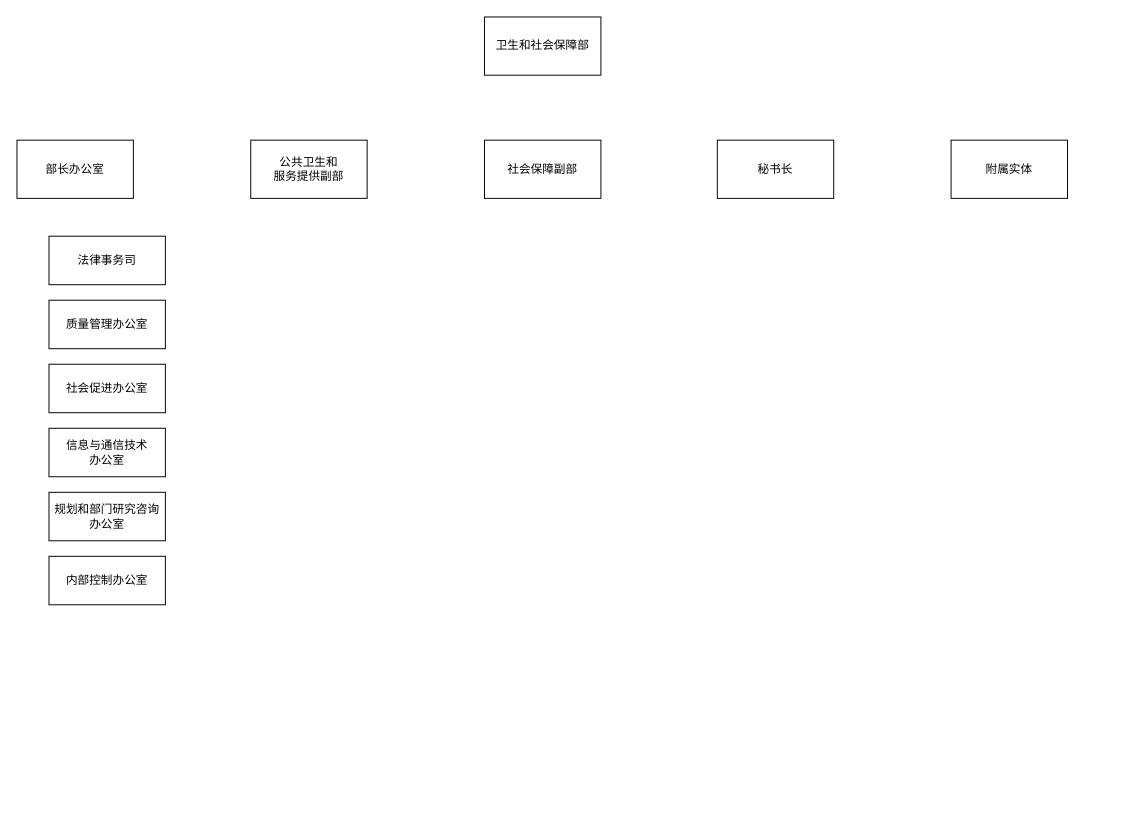
This is images/wsb.drawio from Seanxz401/draws, a draw.io file, before an edit. Source tidied: cells renumbered, new cells numbered last; positions are measured from the earlier drawing's top-left corner, leaving out a move shared by most shapes. Both pictures are drawn from the tidied source at 97%, with x=0, y=0 at pixel (16, 16).
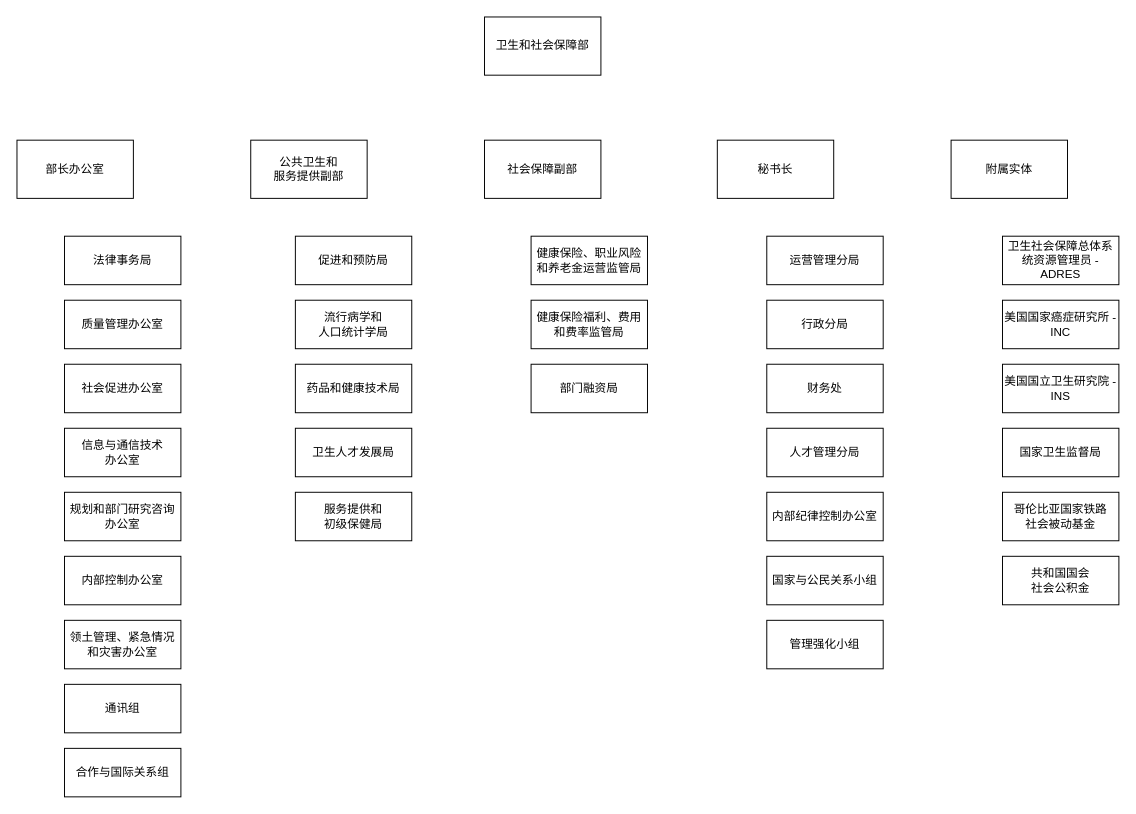
The same page after the edit.

Change to the diagram source:
```diff
@@
-    <mxCell id="8" value="法律事务司" style="rounded=0;whiteSpace=wrap;html=1;" parent="1" vertex="1">
-      <mxGeometry x="33" y="226" width="120" height="50" as="geometry" />
+    <mxCell id="8" value="法律事务局" style="rounded=0;whiteSpace=wrap;html=1;" parent="1" vertex="1">
+      <mxGeometry x="49" y="226" width="120" height="50" as="geometry" />
     </mxCell>
     <mxCell id="9" value="&lt;div&gt;质量管理办公室&lt;/div&gt;" style="rounded=0;whiteSpace=wrap;html=1;" parent="1" vertex="1">
-      <mxGeometry x="33" y="292" width="120" height="50" as="geometry" />
+      <mxGeometry x="49" y="292" width="120" height="50" as="geometry" />
     </mxCell>
     <mxCell id="10" value="&lt;div&gt;&lt;span style=&quot;background-color: initial;&quot;&gt;社会促进办公室&lt;/span&gt;&lt;/div&gt;&lt;div&gt;&lt;/div&gt;" style="rounded=0;whiteSpace=wrap;html=1;" parent="1" vertex="1">
-      <mxGeometry x="33" y="358" width="120" height="50" as="geometry" />
+      <mxGeometry x="49" y="358" width="120" height="50" as="geometry" />
     </mxCell>
     <mxCell id="11" value="&lt;div&gt;&lt;div&gt;&lt;span style=&quot;background-color: initial;&quot;&gt;信息与通信技术&lt;/span&gt;&lt;/div&gt;&lt;div&gt;&lt;span style=&quot;background-color: initial;&quot;&gt;办公室&lt;/span&gt;&lt;/div&gt;&lt;/div&gt;&lt;div&gt;&lt;/div&gt;" style="rounded=0;whiteSpace=wrap;html=1;" parent="1" vertex="1">
-      <mxGeometry x="33" y="424" width="120" height="50" as="geometry" />
+      <mxGeometry x="49" y="424" width="120" height="50" as="geometry" />
     </mxCell>
     <mxCell id="12" value="&lt;div&gt;&lt;div&gt;规划和部门研究咨询办公室&lt;br&gt;&lt;/div&gt;&lt;/div&gt;&lt;div&gt;&lt;/div&gt;" style="rounded=0;whiteSpace=wrap;html=1;" parent="1" vertex="1">
-      <mxGeometry x="33" y="490" width="120" height="50" as="geometry" />
+      <mxGeometry x="49" y="490" width="120" height="50" as="geometry" />
     </mxCell>
     <mxCell id="13" value="&lt;div&gt;&lt;div&gt;内部控制办公室&lt;br&gt;&lt;/div&gt;&lt;/div&gt;&lt;div&gt;&lt;/div&gt;" style="rounded=0;whiteSpace=wrap;html=1;" parent="1" vertex="1">
-      <mxGeometry x="33" y="556" width="120" height="50" as="geometry" />
+      <mxGeometry x="49" y="556" width="120" height="50" as="geometry" />
     </mxCell>
+    <mxCell id="14" value="&lt;div&gt;&lt;div&gt;领土管理、紧急情况和灾害办公室&lt;br&gt;&lt;/div&gt;&lt;/div&gt;&lt;div&gt;&lt;/div&gt;" style="rounded=0;whiteSpace=wrap;html=1;" parent="1" vertex="1">
+      <mxGeometry x="49" y="622" width="120" height="50" as="geometry" />
+    </mxCell>
+    <mxCell id="15" value="&lt;div&gt;&lt;div&gt;通讯组&lt;br&gt;&lt;/div&gt;&lt;/div&gt;&lt;div&gt;&lt;/div&gt;" style="rounded=0;whiteSpace=wrap;html=1;" parent="1" vertex="1">
+      <mxGeometry x="49" y="688" width="120" height="50" as="geometry" />
+    </mxCell>
+    <mxCell id="16" value="&lt;div&gt;&lt;div&gt;合作与国际关系组&lt;br&gt;&lt;/div&gt;&lt;/div&gt;&lt;div&gt;&lt;/div&gt;" style="rounded=0;whiteSpace=wrap;html=1;" parent="1" vertex="1">
+      <mxGeometry x="49" y="754" width="120" height="50" as="geometry" />
+    </mxCell>
+    <mxCell id="17" value="促进和预防局" style="rounded=0;whiteSpace=wrap;html=1;" parent="1" vertex="1">
+      <mxGeometry x="287" y="226" width="120" height="50" as="geometry" />
+    </mxCell>
+    <mxCell id="18" value="流行病学和&lt;div&gt;人口统计学局&lt;/div&gt;" style="rounded=0;whiteSpace=wrap;html=1;" parent="1" vertex="1">
+      <mxGeometry x="287" y="292" width="120" height="50" as="geometry" />
+    </mxCell>
+    <mxCell id="19" value="药品和健康技术局" style="rounded=0;whiteSpace=wrap;html=1;" parent="1" vertex="1">
+      <mxGeometry x="287" y="358" width="120" height="50" as="geometry" />
+    </mxCell>
+    <mxCell id="20" value="卫生人才发展局" style="rounded=0;whiteSpace=wrap;html=1;" parent="1" vertex="1">
+      <mxGeometry x="287" y="424" width="120" height="50" as="geometry" />
+    </mxCell>
+    <mxCell id="21" value="服务提供和&lt;div&gt;初级保健局&lt;/div&gt;" style="rounded=0;whiteSpace=wrap;html=1;" parent="1" vertex="1">
+      <mxGeometry x="287" y="490" width="120" height="50" as="geometry" />
+    </mxCell>
+    <mxCell id="22" value="健康保险、职业风险和养老金运营监管局" style="rounded=0;whiteSpace=wrap;html=1;" parent="1" vertex="1">
+      <mxGeometry x="530" y="226" width="120" height="50" as="geometry" />
+    </mxCell>
+    <mxCell id="23" value="健康保险福利、费用和费率监管局" style="rounded=0;whiteSpace=wrap;html=1;" parent="1" vertex="1">
+      <mxGeometry x="530" y="292" width="120" height="50" as="geometry" />
+    </mxCell>
+    <mxCell id="24" value="部门融资局" style="rounded=0;whiteSpace=wrap;html=1;" parent="1" vertex="1">
+      <mxGeometry x="530" y="358" width="120" height="50" as="geometry" />
+    </mxCell>
+    <mxCell id="25" value="运营管理分局" style="rounded=0;whiteSpace=wrap;html=1;" parent="1" vertex="1">
+      <mxGeometry x="773" y="226" width="120" height="50" as="geometry" />
+    </mxCell>
+    <mxCell id="26" value="行政分局" style="rounded=0;whiteSpace=wrap;html=1;" parent="1" vertex="1">
+      <mxGeometry x="773" y="292" width="120" height="50" as="geometry" />
+    </mxCell>
+    <mxCell id="27" value="财务处" style="rounded=0;whiteSpace=wrap;html=1;" parent="1" vertex="1">
+      <mxGeometry x="773" y="358" width="120" height="50" as="geometry" />
+    </mxCell>
+    <mxCell id="28" value="人才管理分局" style="rounded=0;whiteSpace=wrap;html=1;" parent="1" vertex="1">
+      <mxGeometry x="773" y="424" width="120" height="50" as="geometry" />
+    </mxCell>
+    <mxCell id="29" value="内部纪律控制办公室" style="rounded=0;whiteSpace=wrap;html=1;" parent="1" vertex="1">
+      <mxGeometry x="773" y="490" width="120" height="50" as="geometry" />
+    </mxCell>
+    <mxCell id="30" value="国家与公民关系小组" style="rounded=0;whiteSpace=wrap;html=1;" parent="1" vertex="1">
+      <mxGeometry x="773" y="556" width="120" height="50" as="geometry" />
+    </mxCell>
+    <mxCell id="31" value="管理强化小组" style="rounded=0;whiteSpace=wrap;html=1;" parent="1" vertex="1">
+      <mxGeometry x="773" y="622" width="120" height="50" as="geometry" />
+    </mxCell>
+    <mxCell id="32" style="group;" parent="1" vertex="1">
+      <mxGeometry x="1016" y="226" width="120" height="380" as="geometry" />
+    </mxCell>
+    <mxCell id="33" value="卫生社会保障总体系统资源管理员 ‑ ADRES" style="rounded=0;whiteSpace=wrap;html=1;" parent="32" vertex="1">
+      <mxGeometry width="120" height="50" as="geometry" />
+    </mxCell>
+    <mxCell id="34" value="美国国家癌症研究所 ‑ INC" style="rounded=0;whiteSpace=wrap;html=1;" parent="32" vertex="1">
+      <mxGeometry y="66" width="120" height="50" as="geometry" />
+    </mxCell>
+    <mxCell id="35" value="美国国立卫生研究院 ‑ INS" style="rounded=0;whiteSpace=wrap;html=1;" parent="32" vertex="1">
+      <mxGeometry y="132" width="120" height="50" as="geometry" />
+    </mxCell>
+    <mxCell id="36" value="国家卫生监督局" style="rounded=0;whiteSpace=wrap;html=1;" parent="32" vertex="1">
+      <mxGeometry y="198" width="120" height="50" as="geometry" />
+    </mxCell>
+    <mxCell id="37" value="哥伦比亚国家铁路&lt;div&gt;社会被动基金&lt;/div&gt;" style="rounded=0;whiteSpace=wrap;html=1;" parent="32" vertex="1">
+      <mxGeometry y="264" width="120" height="50" as="geometry" />
+    </mxCell>
+    <mxCell id="38" value="共和国国会&lt;div&gt;社会&lt;span style=&quot;background-color: initial;&quot;&gt;公积金&lt;/span&gt;&lt;/div&gt;" style="rounded=0;whiteSpace=wrap;html=1;" parent="32" vertex="1">
+      <mxGeometry y="330" width="120" height="50" as="geometry" />
+    </mxCell>
```
